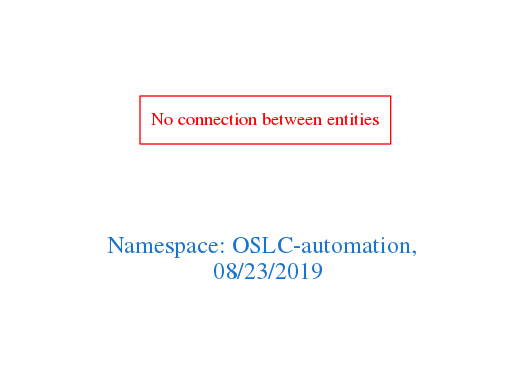
arago/OGIT keeps this Graphviz diagram as downloads/OSLC-automation.png. Above is the earlier version. Its source is kept beside it as downloads/OSLC-automation.dot.
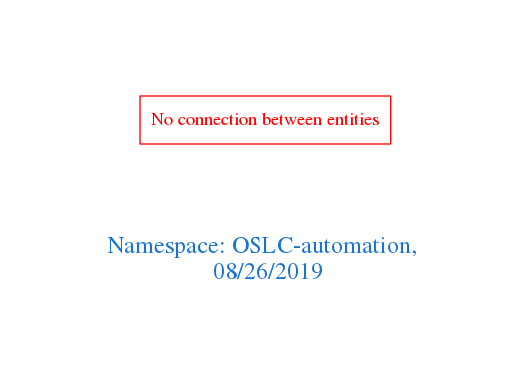
Above is the later version.

Diff of the diagram source:
```diff
@@ -1,7 +1,7 @@
 digraph OGIT_ontology {
  graph [ rankdir= LR,pad=1
 fontsize = 18,
-fontcolor= dodgerblue3,label = "\n\n\nNamespace: OSLC-automation, \n 08/23/2019"];
+fontcolor= dodgerblue3,label = "\n\n\nNamespace: OSLC-automation, \n 08/26/2019"];
 node[shape=polygon];
 edge [  color="gray81"];
 
```
